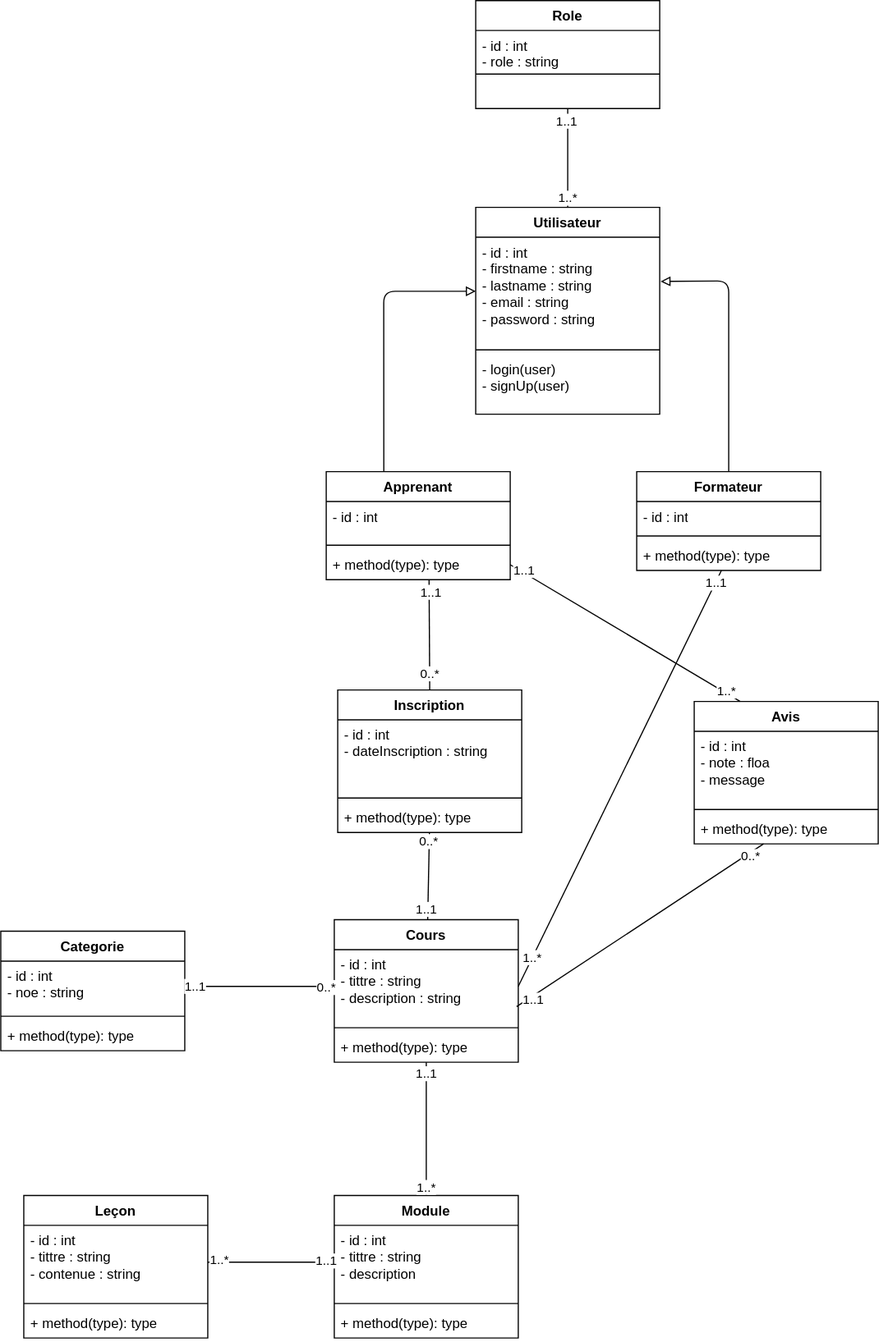
Before: renfourcement_1/semain_2/mercredi/Udemy.drawio.svg, a diagram exported from draw.io (aitbhou2003/renforcement). Source tidied: cells renumbered, new cells last; positions are measured from the earlier drawing's top-left corner, leaving out a move shared by most shapes.
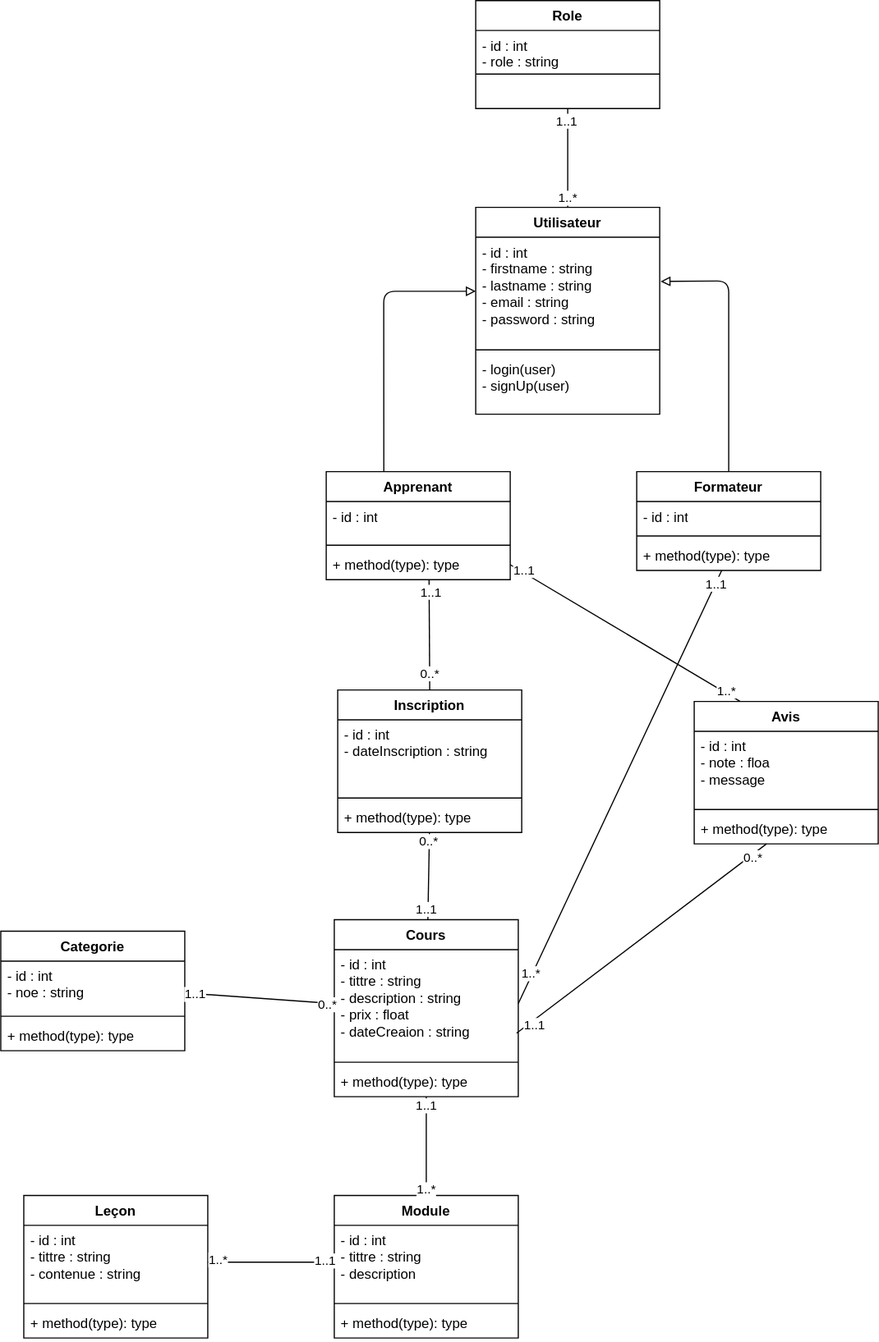
After the change.

Commit message:
ajouter prix au cours class

Diff of the diagram source:
```diff
@@ -84,16 +84,16 @@
       <mxGeometry x="-0.83" relative="1" as="geometry" />
     </mxCell>
     <mxCell id="29" value="Cours" style="swimlane;fontStyle=1;align=center;verticalAlign=top;horizontal=1;startSize=26;whiteSpace=wrap;html=1;" parent="1" vertex="1">
-      <mxGeometry x="290" y="800" width="160" height="124" as="geometry" />
+      <mxGeometry x="290" y="800" width="160" height="154" as="geometry" />
     </mxCell>
-    <mxCell id="30" value="- id : int&amp;nbsp;&lt;div&gt;- tittre : string&amp;nbsp;&lt;/div&gt;&lt;div&gt;- description : string&amp;nbsp;&lt;/div&gt;" style="text;strokeColor=none;fillColor=none;align=left;verticalAlign=top;spacingLeft=4;spacingRight=4;overflow=hidden;points=[[0,0.5],[1,0.5]];portConstraint=eastwest;whiteSpace=wrap;html=1;" parent="29" vertex="1">
-      <mxGeometry y="26" width="160" height="64" as="geometry" />
+    <mxCell id="30" value="- id : int&amp;nbsp;&lt;div&gt;- tittre : string&amp;nbsp;&lt;/div&gt;&lt;div&gt;- description : string&amp;nbsp;&lt;/div&gt;&lt;div&gt;- prix : float&amp;nbsp;&lt;/div&gt;&lt;div&gt;- dateCreaion : string&lt;/div&gt;" style="text;strokeColor=none;fillColor=none;align=left;verticalAlign=top;spacingLeft=4;spacingRight=4;overflow=hidden;points=[[0,0.5],[1,0.5]];portConstraint=eastwest;whiteSpace=wrap;html=1;" parent="29" vertex="1">
+      <mxGeometry y="26" width="160" height="94" as="geometry" />
     </mxCell>
     <mxCell id="31" style="line;strokeWidth=1;fillColor=none;align=left;verticalAlign=middle;spacingTop=-1;spacingLeft=3;spacingRight=3;labelPosition=right;strokeColor=inherit;" parent="29" vertex="1">
-      <mxGeometry y="90" width="160" height="8" as="geometry" />
+      <mxGeometry y="120" width="160" height="8" as="geometry" />
     </mxCell>
     <mxCell id="32" value="+ method(type): type" style="text;strokeColor=none;fillColor=none;align=left;verticalAlign=top;spacingLeft=4;spacingRight=4;overflow=hidden;whiteSpace=wrap;html=1;" parent="29" vertex="1">
-      <mxGeometry y="98" width="160" height="26" as="geometry" />
+      <mxGeometry y="128" width="160" height="26" as="geometry" />
     </mxCell>
     <mxCell id="33" style="edgeStyle=none;html=1;entryX=0.5;entryY=0;entryDx=0;entryDy=0;endArrow=none;endFill=0;" parent="1" edge="1" source="36" target="2">
       <mxGeometry relative="1" as="geometry" />
```
